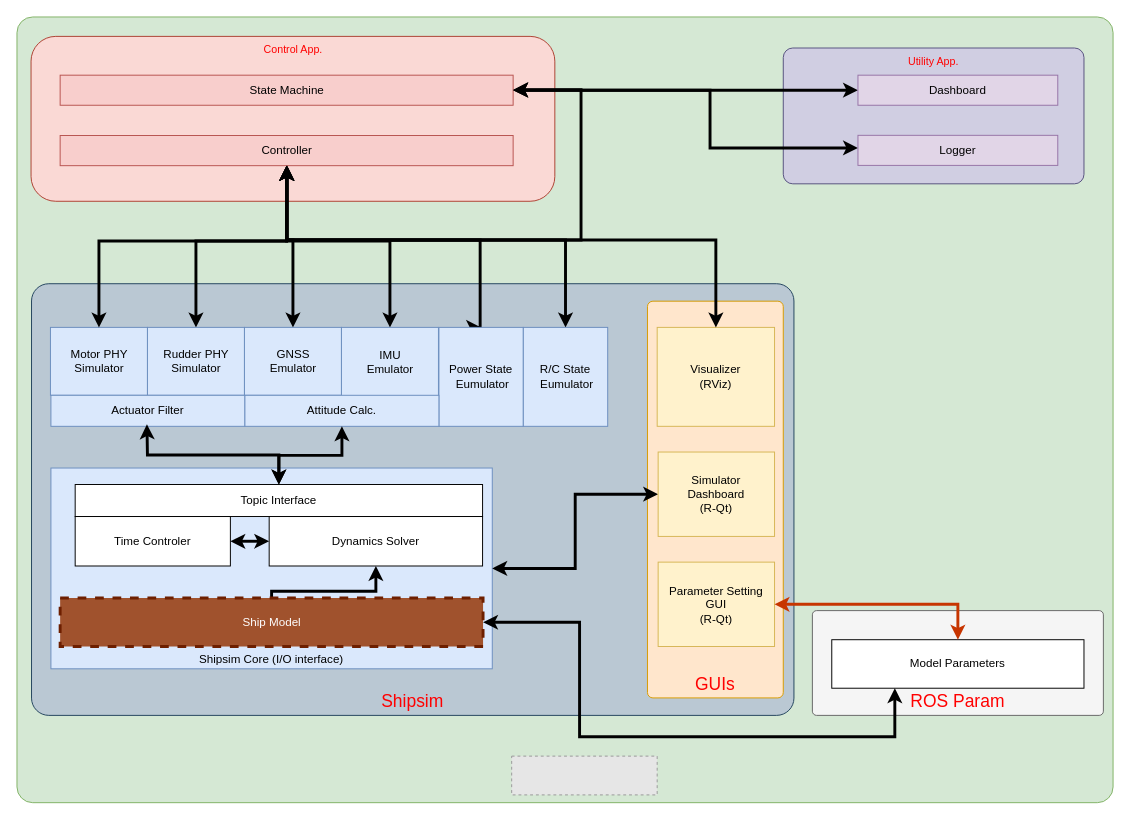
Above: page "Simulator Struct." (2 of 4) of doc/sim_struct.drawio in EccentricTeal/shipsim (draw.io), before the change. Source tidied: cells renumbered, new cells numbered last; positions are measured from the earlier drawing's top-left corner, leaving out a move shared by most shapes. Both pictures are drawn from the tidied source at 97%, with x=0, y=0 at pixel (16, 16). Pictures stored in the file or linked from it are replaced by grey dashed boxes.
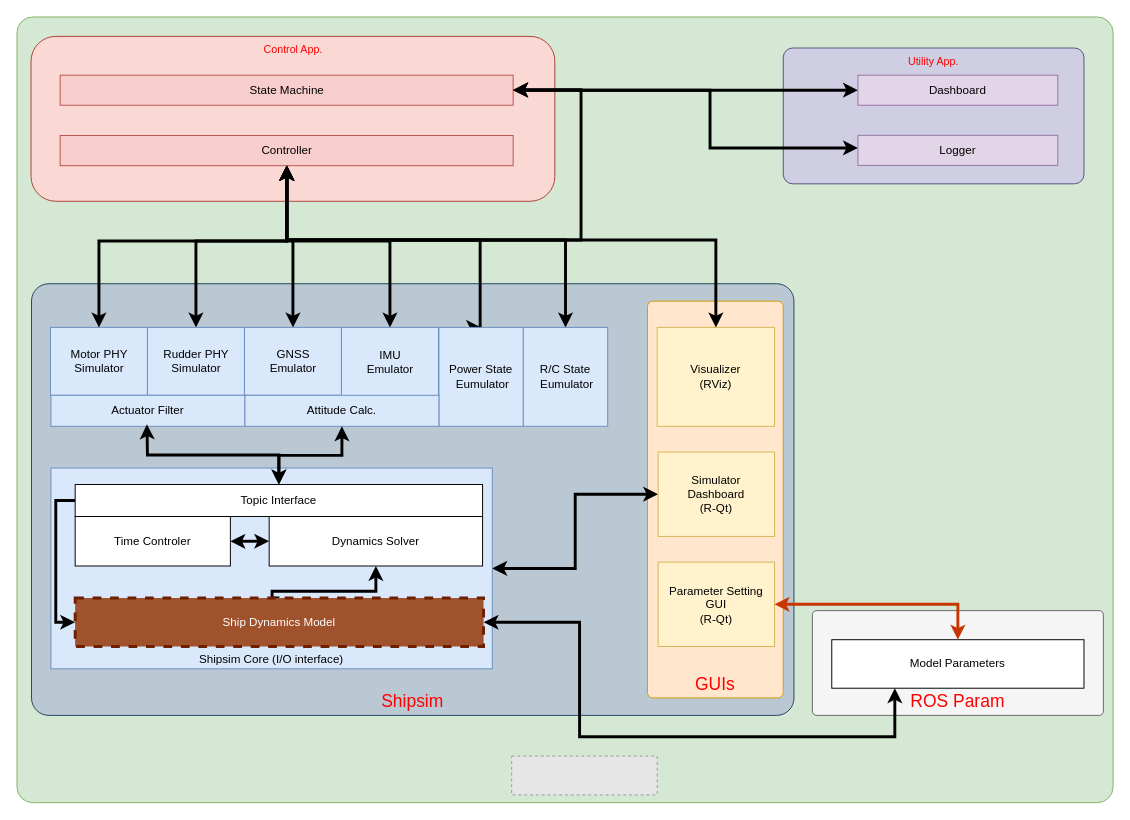
The same page after the edit.

The change refers to these unchanged cells:
```xml
<mxCell id="43" value="Topic Interface" style="rounded=0;whiteSpace=wrap;html=1;" parent="1" vertex="1">
  <mxGeometry x="60" y="482" width="420" height="33" as="geometry" />
</mxCell>
```

Change to the diagram source:
```diff
@@
+    <mxCell id="47" style="edgeStyle=orthogonalEdgeStyle;rounded=0;jettySize=auto;html=1;entryX=0;entryY=0.5;entryDx=0;entryDy=0;exitX=0;exitY=0.5;exitDx=0;exitDy=0;strokeWidth=3;" parent="1" edge="1" source="43" target="44">
+      <mxGeometry relative="1" as="geometry" />
+    </mxCell>
@@
-    <mxCell id="44" value="Ship Model" style="rounded=0;whiteSpace=wrap;html=1;fillColor=#a0522d;strokeColor=#6D1F00;dashed=1;strokeWidth=3;fontColor=#ffffff;" parent="1" vertex="1">
-      <mxGeometry x="44.5" y="599" width="436" height="50" as="geometry" />
+    <mxCell id="44" value="Ship Dynamics Model" style="rounded=0;whiteSpace=wrap;html=1;fillColor=#a0522d;strokeColor=#6D1F00;dashed=1;strokeWidth=3;fontColor=#ffffff;" parent="1" vertex="1">
+      <mxGeometry x="60" y="599" width="421" height="50" as="geometry" />
     </mxCell>
```
